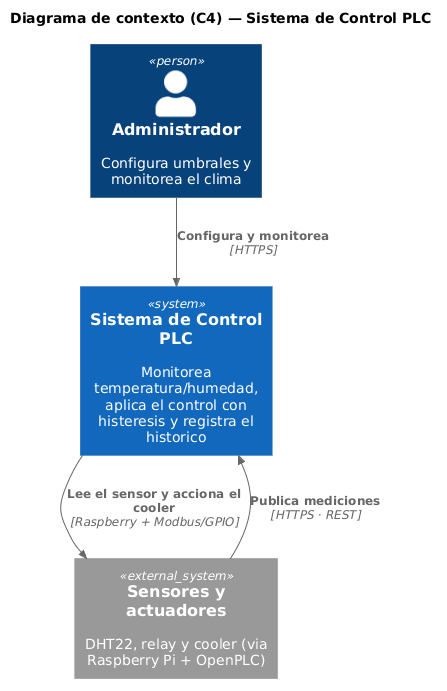
The PlantUML diagram docs/uml/c4_context.png in andinogabriel/plc-control-backend, before a commit.
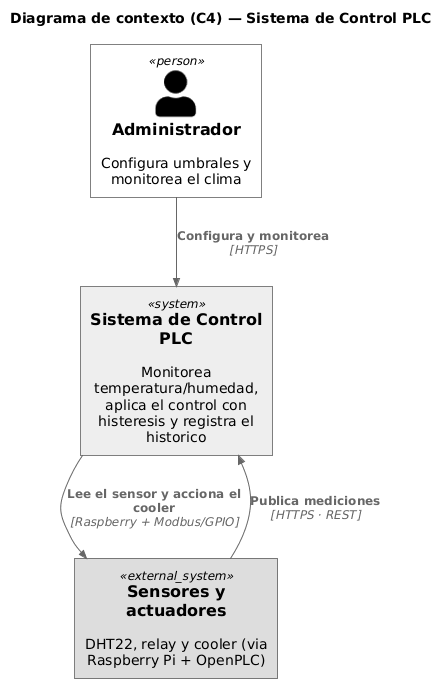
Later version of the same file.

Change to the diagram source:
```diff
@@ -2,6 +2,12 @@
 !include <C4/C4_Context>
 skinparam backgroundColor #FFFFFF
 skinparam shadowing false
+UpdateElementStyle("person", $bgColor="#FFFFFF", $fontColor="#000000", $borderColor="#000000")
+UpdateElementStyle("system", $bgColor="#EEEEEE", $fontColor="#000000", $borderColor="#000000")
+UpdateElementStyle("external_system", $bgColor="#DDDDDD", $fontColor="#000000", $borderColor="#000000")
+UpdateElementStyle("container", $bgColor="#EEEEEE", $fontColor="#000000", $borderColor="#000000")
+UpdateElementStyle("container_db", $bgColor="#EEEEEE", $fontColor="#000000", $borderColor="#000000")
+UpdateElementStyle("component", $bgColor="#FFFFFF", $fontColor="#000000", $borderColor="#000000")
 
 title Diagrama de contexto (C4) — Sistema de Control PLC
 
```
